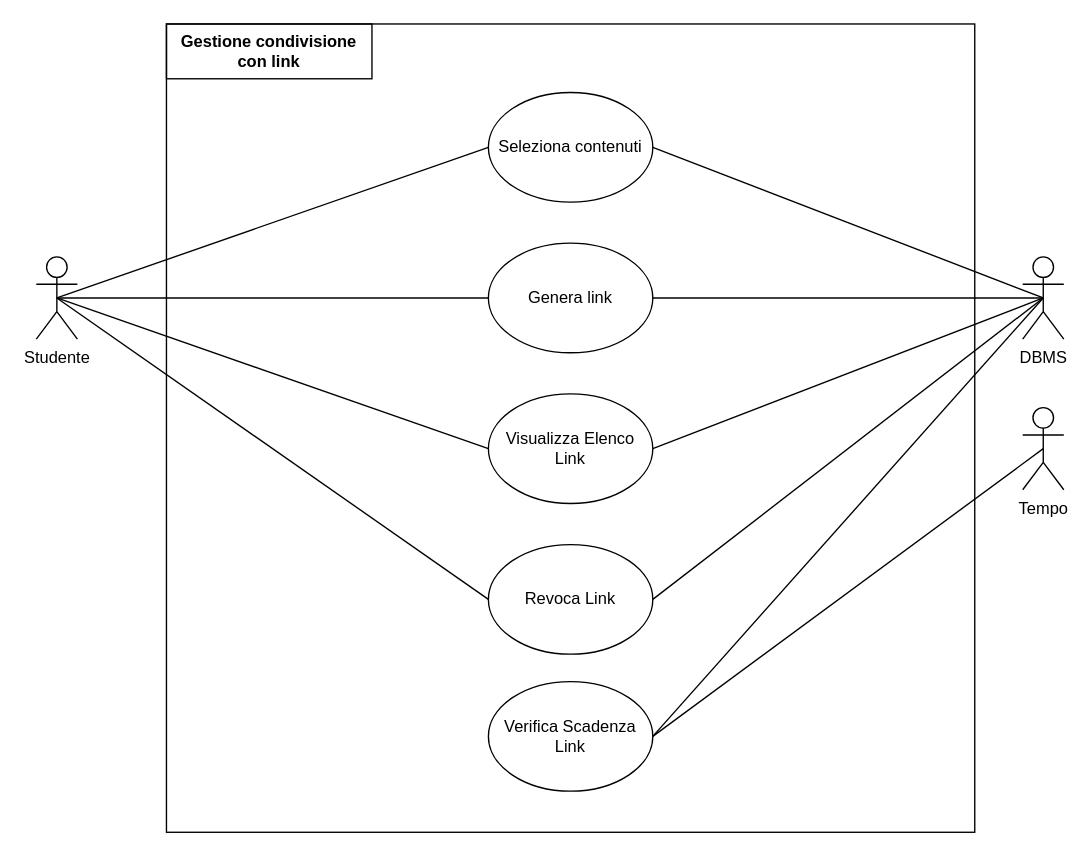
Before: page "Gest. condivisione con link" (9 of 16) of visteD'insiemeDraw/VistaD'insiemeProgetto-2.drawio in SImone1104/IDS, a draw.io diagram. Source tidied: cells renumbered, new cells numbered last; positions are measured from the earlier drawing's top-left corner, leaving out a move shared by most shapes. Both pictures are drawn from the tidied source at 137%, with x=0, y=0 at pixel (36, 23).
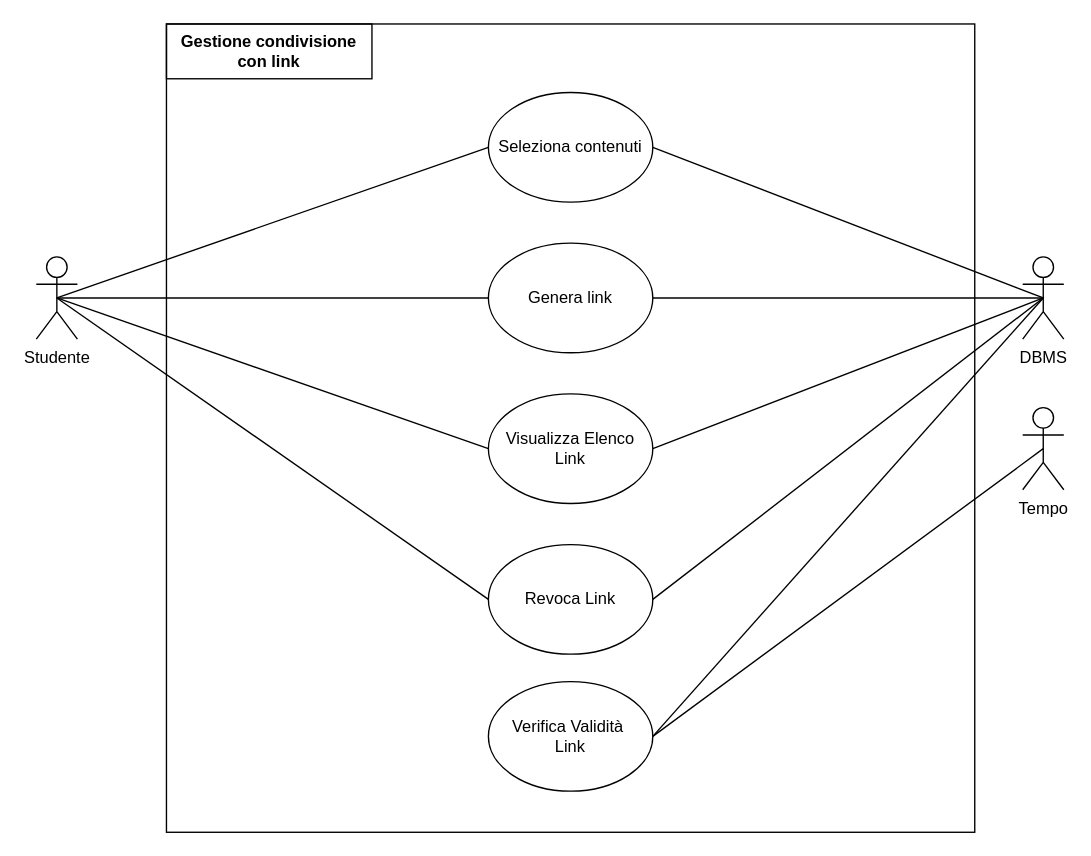
The same diagram, later.

Change to the diagram source:
```diff
@@
-    <mxCell id="16" value="Verifica Scadenza Link" style="ellipse;whiteSpace=wrap;html=1;fillColor=none;" parent="1" vertex="1">
+    <mxCell id="16" value="Verifica Validità&amp;nbsp;&lt;div&gt;Link&lt;/div&gt;" style="ellipse;whiteSpace=wrap;html=1;fillColor=none;" parent="1" vertex="1">
       <mxGeometry x="330" y="480" width="120" height="80" as="geometry" />
     </mxCell>
```
